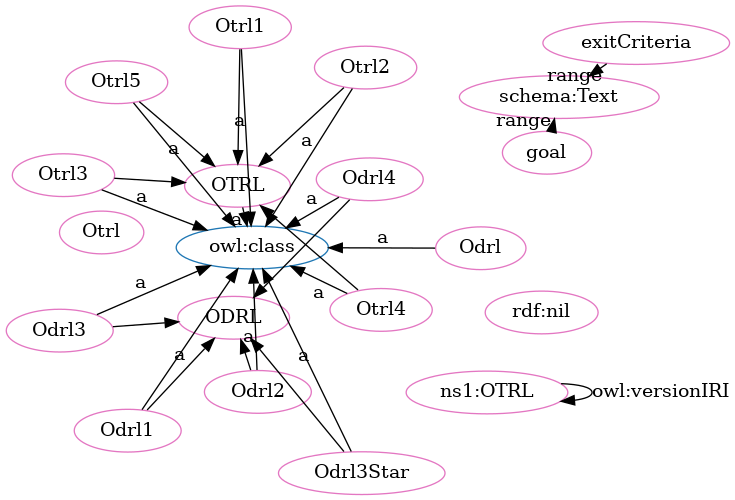
This is OTRL-clean.png from OPEN-NEXT/OKH-LOSH, a Graphviz export, as it was before one commit. Its source is kept beside it as OTRL-clean.dot.
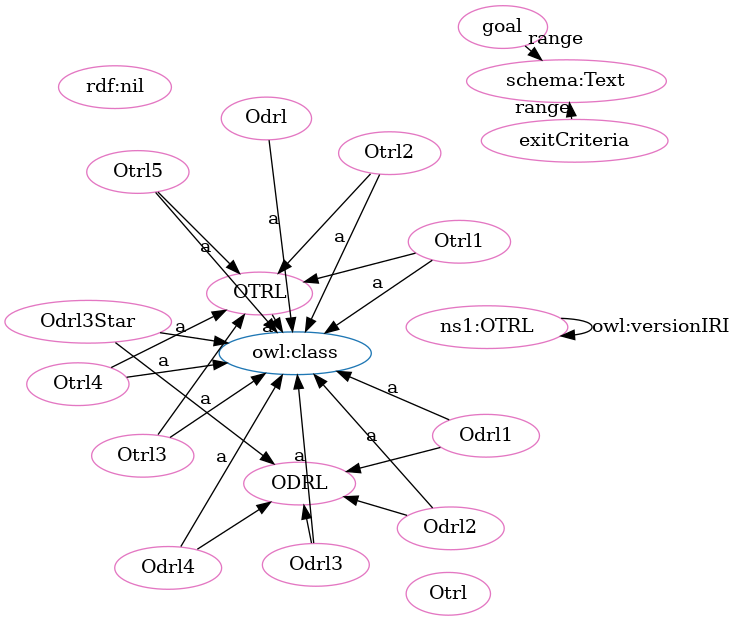
The same file after the commit.

The edit, as a diff of the source:
```diff
@@ -1,51 +1,51 @@
 digraph G {
   rankdir=BT
   node[height=.3]
+"http://purl.org/oseg/ontologies/OTRL#OTRL" [fillcolor="#1f77b4" color="#1f77b4" label="OTRL"]
+"http://www.w3.org/2002/07/owl#class" [fillcolor="#1f77b4" color="#1f77b4" label="owl:class"]
 "http://purl.org/oseg/ontologies/OTRL#ODRL" [fillcolor="#1f77b4" color="#1f77b4" label="ODRL"]
-"http://www.w3.org/2002/07/owl#class" [fillcolor="#1f77b4" color="#1f77b4" label="owl:class"]
-"http://purl.org/oseg/ontologies/OTRL#OTRL" [fillcolor="#1f77b4" color="#1f77b4" label="OTRL"]
 "http://www.w3.org/1999/02/22-rdf-syntax-ns#nil" [fillcolor="#e377c2" color="#e377c2" label="rdf:nil"]
+"http://purl.org/oseg/ontologies/OTRL#OTRL" [fillcolor="#e377c2" color="#e377c2" label="OTRL"]
+"http://purl.org/oseg/ontologies/OTRL#Odrl3Star" [fillcolor="#e377c2" color="#e377c2" label="Odrl3Star"]
+"http://purl.org/oseg/ontologies/OTRL#Otrl2" [fillcolor="#e377c2" color="#e377c2" label="Otrl2"]
+"http://purl.org/oseg/ontologies/OTRL#goal" [fillcolor="#e377c2" color="#e377c2" label="goal"]
+"http://purl.org/oseg/ontologies/OTRL#ODRL" [fillcolor="#e377c2" color="#e377c2" label="ODRL"]
+"http://purl.org/oseg/ontologies/OTRL#Odrl" [fillcolor="#e377c2" color="#e377c2" label="Odrl"]
+"http://purl.org/oseg/ontologies/OTRL#Odrl4" [fillcolor="#e377c2" color="#e377c2" label="Odrl4"]
+"http://schema.org/Text" [fillcolor="#e377c2" color="#e377c2" label="schema:Text"]
+"http://purl.org/oseg/ontologies/OTRL" [fillcolor="#e377c2" color="#e377c2" label="ns1:OTRL"]
+"http://purl.org/oseg/ontologies/OTRL#exitCriteria" [fillcolor="#e377c2" color="#e377c2" label="exitCriteria"]
+"http://purl.org/oseg/ontologies/OTRL#Odrl2" [fillcolor="#e377c2" color="#e377c2" label="Odrl2"]
+"http://purl.org/oseg/ontologies/OTRL#Otrl3" [fillcolor="#e377c2" color="#e377c2" label="Otrl3"]
+"http://purl.org/oseg/ontologies/OTRL#Odrl3" [fillcolor="#e377c2" color="#e377c2" label="Odrl3"]
+"http://purl.org/oseg/ontologies/OTRL#Otrl4" [fillcolor="#e377c2" color="#e377c2" label="Otrl4"]
+"http://purl.org/oseg/ontologies/OTRL#Otrl5" [fillcolor="#e377c2" color="#e377c2" label="Otrl5"]
+"http://purl.org/oseg/ontologies/OTRL#Odrl1" [fillcolor="#e377c2" color="#e377c2" label="Odrl1"]
+"http://purl.org/oseg/ontologies/OTRL#Otrl" [fillcolor="#e377c2" color="#e377c2" label="Otrl"]
 "http://purl.org/oseg/ontologies/OTRL#Otrl1" [fillcolor="#e377c2" color="#e377c2" label="Otrl1"]
-"http://purl.org/oseg/ontologies/OTRL#ODRL" [fillcolor="#e377c2" color="#e377c2" label="ODRL"]
-"http://purl.org/oseg/ontologies/OTRL#Otrl" [fillcolor="#e377c2" color="#e377c2" label="Otrl"]
-"http://schema.org/Text" [fillcolor="#e377c2" color="#e377c2" label="schema:Text"]
-"http://purl.org/oseg/ontologies/OTRL#OTRL" [fillcolor="#e377c2" color="#e377c2" label="OTRL"]
-"http://purl.org/oseg/ontologies/OTRL#Odrl" [fillcolor="#e377c2" color="#e377c2" label="Odrl"]
-"http://purl.org/oseg/ontologies/OTRL#Otrl5" [fillcolor="#e377c2" color="#e377c2" label="Otrl5"]
-"http://purl.org/oseg/ontologies/OTRL#exitCriteria" [fillcolor="#e377c2" color="#e377c2" label="exitCriteria"]
-"http://purl.org/oseg/ontologies/OTRL" [fillcolor="#e377c2" color="#e377c2" label="ns1:OTRL"]
-"http://purl.org/oseg/ontologies/OTRL#Odrl3" [fillcolor="#e377c2" color="#e377c2" label="Odrl3"]
-"http://purl.org/oseg/ontologies/OTRL#Odrl2" [fillcolor="#e377c2" color="#e377c2" label="Odrl2"]
-"http://purl.org/oseg/ontologies/OTRL#goal" [fillcolor="#e377c2" color="#e377c2" label="goal"]
-"http://purl.org/oseg/ontologies/OTRL#Odrl1" [fillcolor="#e377c2" color="#e377c2" label="Odrl1"]
-"http://purl.org/oseg/ontologies/OTRL#Otrl4" [fillcolor="#e377c2" color="#e377c2" label="Otrl4"]
-"http://purl.org/oseg/ontologies/OTRL#Odrl3Star" [fillcolor="#e377c2" color="#e377c2" label="Odrl3Star"]
-"http://purl.org/oseg/ontologies/OTRL#Otrl3" [fillcolor="#e377c2" color="#e377c2" label="Otrl3"]
-"http://purl.org/oseg/ontologies/OTRL#Otrl2" [fillcolor="#e377c2" color="#e377c2" label="Otrl2"]
-"http://purl.org/oseg/ontologies/OTRL#Odrl4" [fillcolor="#e377c2" color="#e377c2" label="Odrl4"]
-  "http://purl.org/oseg/ontologies/OTRL#Odrl2" -> "http://purl.org/oseg/ontologies/OTRL#ODRL" [label=""]
+  "http://purl.org/oseg/ontologies/OTRL#Otrl2" -> "http://www.w3.org/2002/07/owl#class" [label="a"]
+  "http://purl.org/oseg/ontologies/OTRL#Odrl3" -> "http://purl.org/oseg/ontologies/OTRL#ODRL" [label=""]
+  "http://purl.org/oseg/ontologies/OTRL#OTRL" -> "http://www.w3.org/2002/07/owl#class" [label="a"]
+  "http://purl.org/oseg/ontologies/OTRL" -> "http://purl.org/oseg/ontologies/OTRL" [label="owl:versionIRI"]
+  "http://purl.org/oseg/ontologies/OTRL#Otrl2" -> "http://purl.org/oseg/ontologies/OTRL#OTRL" [label=""]
+  "http://purl.org/oseg/ontologies/OTRL#goal" -> "http://schema.org/Text" [label="range"]
+  "http://purl.org/oseg/ontologies/OTRL#Otrl3" -> "http://www.w3.org/2002/07/owl#class" [label="a"]
+  "http://purl.org/oseg/ontologies/OTRL#Odrl3" -> "http://www.w3.org/2002/07/owl#class" [label="a"]
+  "http://purl.org/oseg/ontologies/OTRL#Otrl4" -> "http://purl.org/oseg/ontologies/OTRL#OTRL" [label=""]
+  "http://purl.org/oseg/ontologies/OTRL#Otrl1" -> "http://purl.org/oseg/ontologies/OTRL#OTRL" [label=""]
+  "http://purl.org/oseg/ontologies/OTRL#Otrl5" -> "http://www.w3.org/2002/07/owl#class" [label="a"]
+  "http://purl.org/oseg/ontologies/OTRL#Odrl1" -> "http://purl.org/oseg/ontologies/OTRL#ODRL" [label=""]
+  "http://purl.org/oseg/ontologies/OTRL#Odrl4" -> "http://purl.org/oseg/ontologies/OTRL#ODRL" [label=""]
+  "http://purl.org/oseg/ontologies/OTRL#Otrl3" -> "http://purl.org/oseg/ontologies/OTRL#OTRL" [label=""]
+  "http://purl.org/oseg/ontologies/OTRL#Odrl3Star" -> "http://www.w3.org/2002/07/owl#class" [label="a"]
+  "http://purl.org/oseg/ontologies/OTRL#Odrl4" -> "http://www.w3.org/2002/07/owl#class" [label="a"]
   "http://purl.org/oseg/ontologies/OTRL#exitCriteria" -> "http://schema.org/Text" [label="range"]
-  "http://purl.org/oseg/ontologies/OTRL#Otrl2" -> "http://purl.org/oseg/ontologies/OTRL#OTRL" [label=""]
-  "http://purl.org/oseg/ontologies/OTRL" -> "http://purl.org/oseg/ontologies/OTRL" [label="owl:versionIRI"]
-  "http://purl.org/oseg/ontologies/OTRL#Odrl1" -> "http://purl.org/oseg/ontologies/OTRL#ODRL" [label=""]
-  "http://purl.org/oseg/ontologies/OTRL#OTRL" -> "http://www.w3.org/2002/07/owl#class" [label="a"]
+  "http://purl.org/oseg/ontologies/OTRL#Odrl" -> "http://www.w3.org/2002/07/owl#class" [label="a"]
+  "http://purl.org/oseg/ontologies/OTRL#Odrl2" -> "http://www.w3.org/2002/07/owl#class" [label="a"]
+  "http://purl.org/oseg/ontologies/OTRL#Otrl5" -> "http://purl.org/oseg/ontologies/OTRL#OTRL" [label=""]
   "http://purl.org/oseg/ontologies/OTRL#Otrl4" -> "http://www.w3.org/2002/07/owl#class" [label="a"]
-  "http://purl.org/oseg/ontologies/OTRL#Odrl3Star" -> "http://www.w3.org/2002/07/owl#class" [label="a"]
-  "http://purl.org/oseg/ontologies/OTRL#Otrl3" -> "http://www.w3.org/2002/07/owl#class" [label="a"]
-  "http://purl.org/oseg/ontologies/OTRL#Odrl4" -> "http://www.w3.org/2002/07/owl#class" [label="a"]
-  "http://purl.org/oseg/ontologies/OTRL#Otrl1" -> "http://www.w3.org/2002/07/owl#class" [label="a"]
-  "http://purl.org/oseg/ontologies/OTRL#Otrl5" -> "http://www.w3.org/2002/07/owl#class" [label="a"]
-  "http://purl.org/oseg/ontologies/OTRL#Odrl3" -> "http://www.w3.org/2002/07/owl#class" [label="a"]
-  "http://purl.org/oseg/ontologies/OTRL#Odrl2" -> "http://www.w3.org/2002/07/owl#class" [label="a"]
-  "http://purl.org/oseg/ontologies/OTRL#Otrl4" -> "http://purl.org/oseg/ontologies/OTRL#OTRL" [label=""]
-  "http://purl.org/oseg/ontologies/OTRL#Otrl3" -> "http://purl.org/oseg/ontologies/OTRL#OTRL" [label=""]
   "http://purl.org/oseg/ontologies/OTRL#Odrl1" -> "http://www.w3.org/2002/07/owl#class" [label="a"]
   "http://purl.org/oseg/ontologies/OTRL#Odrl3Star" -> "http://purl.org/oseg/ontologies/OTRL#ODRL" [label=""]
-  "http://purl.org/oseg/ontologies/OTRL#Odrl4" -> "http://purl.org/oseg/ontologies/OTRL#ODRL" [label=""]
-  "http://purl.org/oseg/ontologies/OTRL#Otrl1" -> "http://purl.org/oseg/ontologies/OTRL#OTRL" [label=""]
-  "http://purl.org/oseg/ontologies/OTRL#Otrl5" -> "http://purl.org/oseg/ontologies/OTRL#OTRL" [label=""]
-  "http://purl.org/oseg/ontologies/OTRL#goal" -> "http://schema.org/Text" [label="range"]
-  "http://purl.org/oseg/ontologies/OTRL#Otrl2" -> "http://www.w3.org/2002/07/owl#class" [label="a"]
-  "http://purl.org/oseg/ontologies/OTRL#Odrl" -> "http://www.w3.org/2002/07/owl#class" [label="a"]
-  "http://purl.org/oseg/ontologies/OTRL#Odrl3" -> "http://purl.org/oseg/ontologies/OTRL#ODRL" [label=""]
+  "http://purl.org/oseg/ontologies/OTRL#Otrl1" -> "http://www.w3.org/2002/07/owl#class" [label="a"]
+  "http://purl.org/oseg/ontologies/OTRL#Odrl2" -> "http://purl.org/oseg/ontologies/OTRL#ODRL" [label=""]
 }
```
